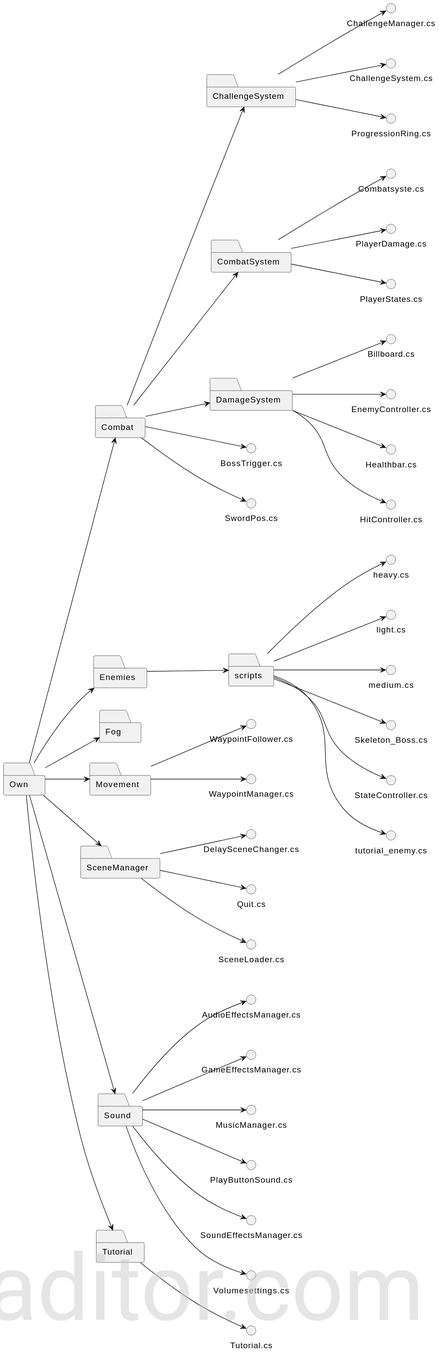
This is Hierarchy.svg from LUCKsBane0/ZVIT-Projekt, a PlantUML export, as it was before one commit.
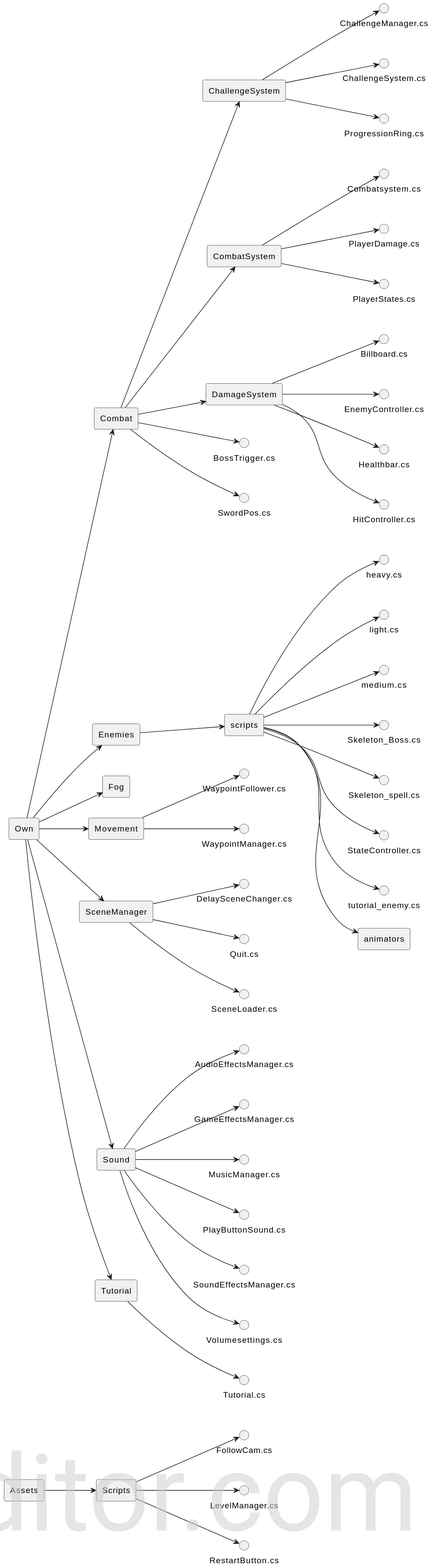
Later version of the same file.

Commit message:
Edited Doku and changed Hierarchy

What changed in the source:
```diff
@@ -1,77 +1,88 @@
 @startuml
 left to right direction
 
-folder Own
+rectangle "Assets" as assets
+rectangle "Scripts" as scripts
+assets --> scripts
 
-folder Combat
-Own --> Combat
+rectangle "Own" as own
+rectangle "Combat" as combat
+own --> combat
 
-folder ChallengeSystem
-Combat --> ChallengeSystem
+rectangle "ChallengeSystem" as challengesystem
+combat --> challengesystem
 
-ChallengeSystem --> ChallengeManager.cs
-ChallengeSystem --> ChallengeSystem.cs
-ChallengeSystem --> ProgressionRing.cs
+rectangle "CombatSystem" as combatsystem
+combat --> combatsystem
 
-folder CombatSystem
-Combat --> CombatSystem
+rectangle "DamageSystem" as damagesystem
+combat --> damagesystem
 
-CombatSystem --> Combatsyste.cs
-CombatSystem --> PlayerDamage.cs
-CombatSystem --> PlayerStates.cs
+combat --> BossTrigger.cs
+combat --> SwordPos.cs
 
-folder DamageSystem
-Combat --> DamageSystem
+challengesystem --> ChallengeManager.cs
+challengesystem --> ChallengeSystem.cs
+challengesystem --> ProgressionRing.cs
 
-DamageSystem --> Billboard.cs
-DamageSystem --> EnemyController.cs
-DamageSystem --> Healthbar.cs
-DamageSystem --> HitController.cs
+combatsystem --> Combatsystem.cs
+combatsystem --> PlayerDamage.cs
+combatsystem --> PlayerStates.cs
 
-Combat --> BossTrigger.cs
-Combat --> SwordPos.cs
+damagesystem --> Billboard.cs
+damagesystem --> EnemyController.cs
+damagesystem --> Healthbar.cs
+damagesystem --> HitController.cs
 
-folder Enemies
-Own --> Enemies
+rectangle "Enemies" as enemies
+own --> enemies
 
-folder scripts
-Enemies --> scripts
+rectangle "scripts" as enemies_scripts
+enemies --> enemies_scripts
 
-scripts --> heavy.cs
-scripts --> light.cs
-scripts --> medium.cs
-scripts --> Skeleton_Boss.cs
-scripts --> StateController.cs
-scripts --> tutorial_enemy.cs
+enemies_scripts --> heavy.cs
+enemies_scripts --> light.cs
+enemies_scripts --> medium.cs
+enemies_scripts --> Skeleton_Boss.cs
+enemies_scripts --> Skeleton_spell.cs
+enemies_scripts --> StateController.cs
+enemies_scripts --> tutorial_enemy.cs
 
-folder Fog
-Own --> Fog
+rectangle "animators" as animators
+enemies_scripts --> animators
 
-folder Movement
-Own --> Movement
+rectangle "Fog" as fog
+own --> fog
 
-Movement --> WaypointFollower.cs
-Movement --> WaypointManager.cs
+rectangle "Movement" as movement
+own --> movement
 
-folder SceneManager
-Own --> SceneManager
+movement --> WaypointFollower.cs
+movement --> WaypointManager.cs
 
-SceneManager --> DelaySceneChanger.cs
-SceneManager --> Quit.cs
-SceneManager --> SceneLoader.cs
+rectangle "SceneManager" as scenemanager
+own --> scenemanager
 
-folder Sound
-Own --> Sound
+scenemanager --> DelaySceneChanger.cs
+scenemanager --> Quit.cs
+scenemanager --> SceneLoader.cs
 
-Sound --> AudioEffectsManager.cs
-Sound --> GameEffectsManager.cs
-Sound --> MusicManager.cs
-Sound --> PlayButtonSound.cs
-Sound --> SoundEffectsManager.cs
-Sound --> Volumesettings.cs
+rectangle "Sound" as sound
+own --> sound
 
-folder Tutorial
-Own --> Tutorial
+sound --> AudioEffectsManager.cs
+sound --> GameEffectsManager.cs
+sound --> MusicManager.cs
+sound --> PlayButtonSound.cs
+sound --> SoundEffectsManager.cs
+sound --> Volumesettings.cs
 
-Tutorial --> Tutorial.cs
+rectangle "Tutorial" as tutorial
+own --> tutorial
+
+tutorial --> Tutorial.cs
+
+scripts --> FollowCam.cs
+scripts --> LevelManager.cs
+scripts --> RestartButton.cs
 @enduml
```
